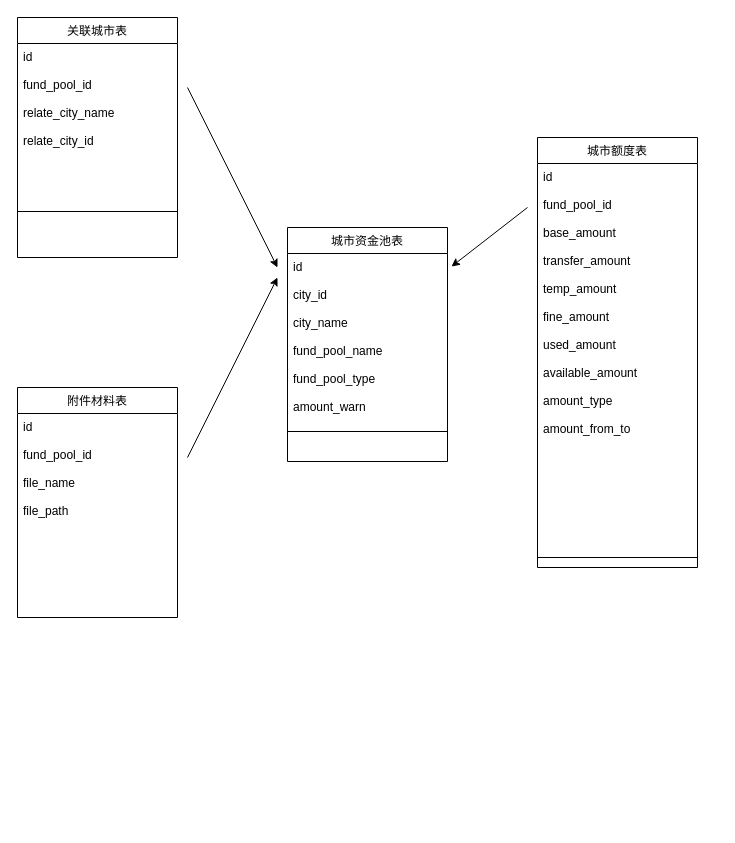
Before: amount.drawio in chenrushui/draw, a draw.io diagram. Source tidied: cells renumbered, new cells numbered last; positions are measured from the earlier drawing's top-left corner, leaving out a move shared by most shapes. Both pictures are drawn from the tidied source at 100%, with x=0, y=0 at pixel (17, 17).
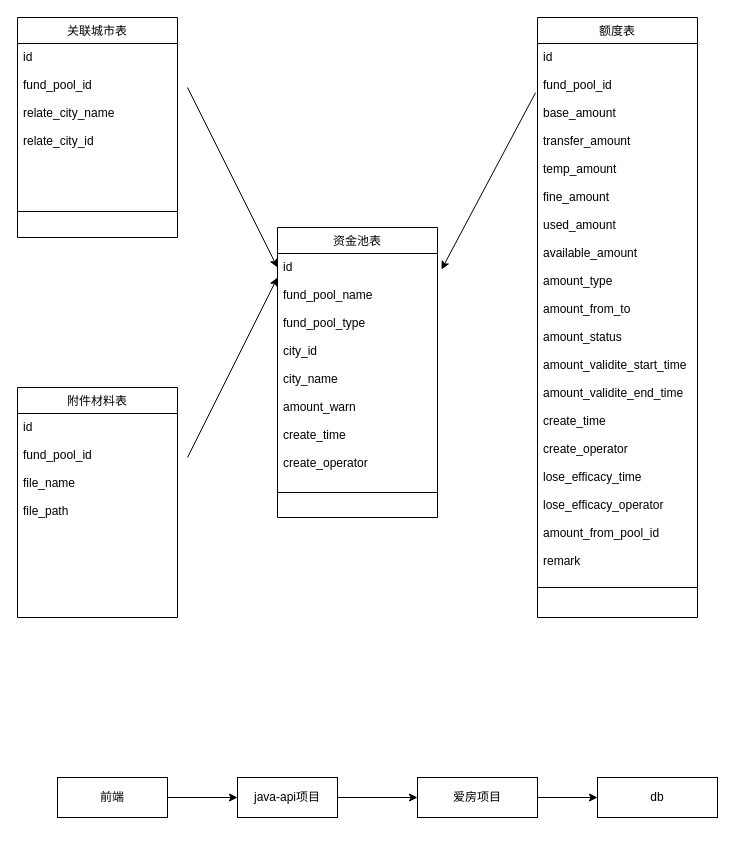
After the change.

What changed in the source:
```diff
@@
-    <mxCell id="2" value="城市资金池表" style="swimlane;fontStyle=0;align=center;verticalAlign=top;horizontal=1;startSize=26;rounded=0;shadow=0;strokeWidth=1;" parent="1" vertex="1">
-      <mxGeometry x="270" y="210" width="160" height="234" as="geometry" />
+    <mxCell id="2" value="资金池表" style="swimlane;fontStyle=0;align=center;verticalAlign=top;horizontal=1;startSize=26;rounded=0;shadow=0;strokeWidth=1;" parent="1" vertex="1">
+      <mxGeometry x="260" y="210" width="160" height="290" as="geometry" />
     </mxCell>
-    <mxCell id="3" value="id&#10;&#10;city_id&#10;&#10;city_name&#10;&#10;fund_pool_name&#10;&#10;fund_pool_type&#10;&#10;amount_warn" style="text;align=left;verticalAlign=top;spacingLeft=4;spacingRight=4;overflow=hidden;points=[[0,0.5],[1,0.5]];portConstraint=eastwest;" parent="2" vertex="1">
-      <mxGeometry y="26" width="160" height="174" as="geometry" />
+    <mxCell id="3" value="id&#10;&#10;fund_pool_name&#10;&#10;fund_pool_type&#10;&#10;city_id&#10;&#10;city_name&#10;&#10;amount_warn&#10;&#10;create_time&#10;&#10;create_operator&#10;&#10;&#10;" style="text;align=left;verticalAlign=top;spacingLeft=4;spacingRight=4;overflow=hidden;points=[[0,0.5],[1,0.5]];portConstraint=eastwest;" parent="2" vertex="1">
+      <mxGeometry y="26" width="160" height="214" as="geometry" />
     </mxCell>
     <mxCell id="4" style="line;html=1;strokeWidth=1;align=left;verticalAlign=middle;spacingTop=-1;spacingLeft=3;spacingRight=3;labelPosition=right;" parent="2" vertex="1">
-      <mxGeometry y="200" width="160" height="8" as="geometry" />
+      <mxGeometry y="240" width="160" height="50" as="geometry" />
     </mxCell>
-    <mxCell id="5" value="城市额度表" style="swimlane;fontStyle=0;align=center;verticalAlign=top;horizontal=1;startSize=26;rounded=0;shadow=0;strokeWidth=1;" parent="1" vertex="1">
-      <mxGeometry x="520" y="120" width="160" height="430" as="geometry" />
+    <mxCell id="5" value="额度表" style="swimlane;fontStyle=0;align=center;verticalAlign=top;horizontal=1;startSize=26;rounded=0;shadow=0;strokeWidth=1;" parent="1" vertex="1">
+      <mxGeometry x="520" width="160" height="600" as="geometry" />
     </mxCell>
-    <mxCell id="6" value="id&#10;&#10;fund_pool_id&#10;&#10;base_amount&#10;&#10;transfer_amount&#10;&#10;temp_amount&#10;&#10;fine_amount&#10;&#10;used_amount&#10;&#10;available_amount&#10;&#10;amount_type&#10;&#10;amount_from_to" style="text;align=left;verticalAlign=top;spacingLeft=4;spacingRight=4;overflow=hidden;points=[[0,0.5],[1,0.5]];portConstraint=eastwest;" parent="5" vertex="1">
-      <mxGeometry y="26" width="160" height="384" as="geometry" />
+    <mxCell id="6" value="id&#10;&#10;fund_pool_id&#10;&#10;base_amount&#10;&#10;transfer_amount&#10;&#10;temp_amount&#10;&#10;fine_amount&#10;&#10;used_amount&#10;&#10;available_amount&#10;&#10;amount_type&#10;&#10;amount_from_to&#10;&#10;amount_status&#10;&#10;amount_validite_start_time&#10;&#10;amount_validite_end_time&#10;&#10;create_time&#10;&#10;create_operator&#10;&#10;lose_efficacy_time&#10;&#10;lose_efficacy_operator&#10;&#10;amount_from_pool_id&#10;&#10;remark" style="text;align=left;verticalAlign=top;spacingLeft=4;spacingRight=4;overflow=hidden;points=[[0,0.5],[1,0.5]];portConstraint=eastwest;" parent="5" vertex="1">
+      <mxGeometry y="26" width="160" height="534" as="geometry" />
     </mxCell>
     <mxCell id="7" style="line;html=1;strokeWidth=1;align=left;verticalAlign=middle;spacingTop=-1;spacingLeft=3;spacingRight=3;labelPosition=right;" parent="5" vertex="1">
-      <mxGeometry y="410" width="160" height="20" as="geometry" />
+      <mxGeometry y="560" width="160" height="20" as="geometry" />
     </mxCell>
@@
     <mxCell id="10" value="关联城市表" style="swimlane;fontStyle=0;align=center;verticalAlign=top;horizontal=1;startSize=26;rounded=0;shadow=0;strokeWidth=1;" parent="1" vertex="1">
-      <mxGeometry width="160" height="240" as="geometry" />
+      <mxGeometry width="160" height="220" as="geometry" />
     </mxCell>
@@
-    <mxCell id="14" style="endArrow=classic;html=1;entryX=1.025;entryY=0.075;entryDx=0;entryDy=0;entryPerimeter=0;" parent="1" edge="1" target="3">
-      <mxGeometry relative="1" as="geometry">
-        <mxPoint x="510" y="190" as="sourcePoint" />
-      </mxGeometry>
+    <mxCell id="14" style="endArrow=classic;html=1;entryX=1.025;entryY=0.075;entryDx=0;entryDy=0;entryPerimeter=0;exitX=-0.012;exitY=0.092;exitDx=0;exitDy=0;exitPerimeter=0;" parent="1" edge="1" source="6" target="3">
+      <mxGeometry relative="1" as="geometry" />
     </mxCell>
@@
+    <mxCell id="16" style="edgeStyle=orthogonalEdgeStyle;rounded=0;jettySize=auto;html=1;exitX=1;exitY=0.5;exitDx=0;exitDy=0;entryX=0;entryY=0.5;entryDx=0;entryDy=0;" parent="1" edge="1" source="17" target="19">
+      <mxGeometry relative="1" as="geometry" />
+    </mxCell>
+    <mxCell id="17" value="前端" style="rounded=0;whiteSpace=wrap;html=1;shadow=0;" parent="1" vertex="1">
+      <mxGeometry x="40" y="760" width="110" height="40" as="geometry" />
+    </mxCell>
+    <mxCell id="18" style="edgeStyle=orthogonalEdgeStyle;rounded=0;jettySize=auto;html=1;" parent="1" edge="1" source="19" target="22">
+      <mxGeometry relative="1" as="geometry" />
+    </mxCell>
+    <mxCell id="19" value="java-api项目" style="rounded=0;whiteSpace=wrap;html=1;shadow=0;" parent="1" vertex="1">
+      <mxGeometry x="220" y="760" width="100" height="40" as="geometry" />
+    </mxCell>
+    <mxCell id="20" style="edgeStyle=orthogonalEdgeStyle;rounded=0;orthogonalLoop=1;jettySize=auto;html=1;exitX=0.5;exitY=1;exitDx=0;exitDy=0;" parent="1" edge="1" source="19" target="19">
+      <mxGeometry relative="1" as="geometry" />
+    </mxCell>
+    <mxCell id="21" style="edgeStyle=orthogonalEdgeStyle;rounded=0;jettySize=auto;html=1;" parent="1" edge="1" source="22" target="23">
+      <mxGeometry relative="1" as="geometry" />
+    </mxCell>
+    <mxCell id="22" value="爱房项目" style="rounded=0;whiteSpace=wrap;html=1;shadow=0;" parent="1" vertex="1">
+      <mxGeometry x="400" y="760" width="120" height="40" as="geometry" />
+    </mxCell>
+    <mxCell id="23" value="db" style="rounded=0;whiteSpace=wrap;html=1;shadow=0;" parent="1" vertex="1">
+      <mxGeometry x="580" y="760" width="120" height="40" as="geometry" />
+    </mxCell>
```
